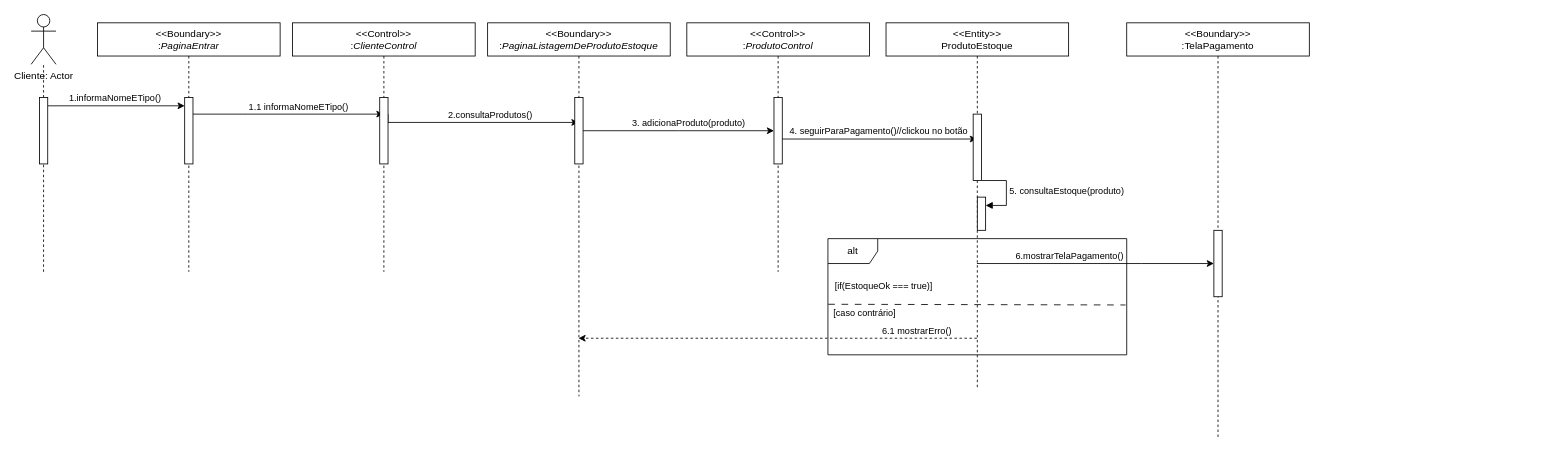
Before: DiagramaDeSequencia.drawio in rxqvx/Projeto-Sistemas-Distribu-dos---Vendas-, a draw.io diagram. Source tidied: cells renumbered, new cells numbered last; positions are measured from the earlier drawing's top-left corner, leaving out a move shared by most shapes. Both pictures are drawn from the tidied source at 83%, with x=0, y=0 at pixel (31, 14).
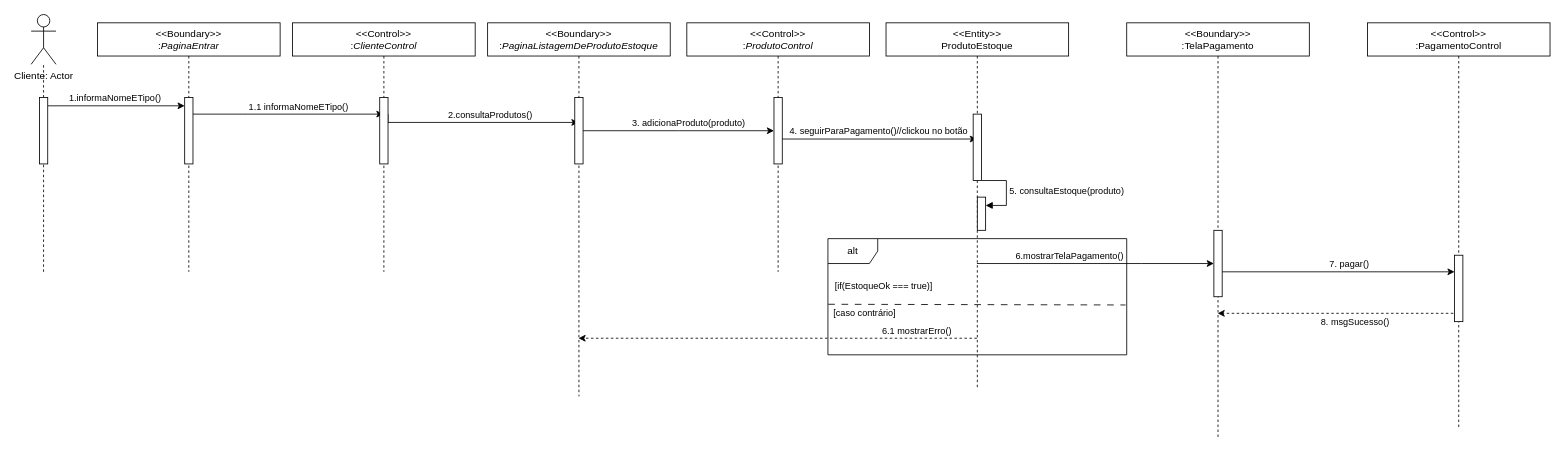
Above is the later version.

Commit message (it also covers changes not shown here):
feat: add refs to anotations and add sequence diagram with Realizar Compra use case (missing VisualizarExtrato)

The change refers to these unchanged cells:
```xml
<mxCell id="36" value="&amp;lt;&amp;lt;Boundary&amp;gt;&amp;gt;&lt;div&gt;:TelaPagamento&lt;/div&gt;" style="shape=umlLifeline;perimeter=lifelinePerimeter;whiteSpace=wrap;html=1;outlineConnect=0;portConstraint=eastwest;newEdgeStyle={&quot;edgeStyle&quot;:&quot;elbowEdgeStyle&quot;,&quot;elbow&quot;:&quot;vertical&quot;,&quot;curved&quot;:0,&quot;rounded&quot;:0};" parent="1" vertex="1">
  <mxGeometry x="1320" y="10" width="220" height="500" as="geometry" />
</mxCell>
<mxCell id="37" style="html=1;points=[];perimeter=orthogonalPerimeter;outlineConnect=0;targetShapes=umlLifeline;portConstraint=eastwest;newEdgeStyle={&quot;edgeStyle&quot;:&quot;elbowEdgeStyle&quot;,&quot;elbow&quot;:&quot;vertical&quot;,&quot;curved&quot;:0,&quot;rounded&quot;:0};" parent="36" vertex="1">
  <mxGeometry x="105" y="250" width="10" height="80" as="geometry" />
</mxCell>
```

Change to the diagram source:
```diff
@@
+    <mxCell id="38" style="edgeStyle=elbowEdgeStyle;rounded=0;jettySize=auto;html=1;elbow=vertical;curved=0;dashed=1;" parent="1" edge="1" source="40" target="36">
+      <mxGeometry relative="1" as="geometry">
+        <Array as="points">
+          <mxPoint x="1570" y="360" />
+        </Array>
+      </mxGeometry>
+    </mxCell>
+    <mxCell id="39" value="8. msgSucesso()" style="edgeLabel;html=1;align=center;verticalAlign=middle;" parent="38" vertex="1">
+      <mxGeometry x="-0.14" y="-2" relative="1" as="geometry">
+        <mxPoint y="12" as="offset" />
+      </mxGeometry>
+    </mxCell>
+    <mxCell id="40" value="&amp;lt;&amp;lt;Control&amp;gt;&amp;gt;&lt;div&gt;:PagamentoControl&lt;/div&gt;" style="shape=umlLifeline;perimeter=lifelinePerimeter;whiteSpace=wrap;html=1;outlineConnect=0;portConstraint=eastwest;newEdgeStyle={&quot;edgeStyle&quot;:&quot;elbowEdgeStyle&quot;,&quot;elbow&quot;:&quot;vertical&quot;,&quot;curved&quot;:0,&quot;rounded&quot;:0};" parent="1" vertex="1">
+      <mxGeometry x="1610" y="10" width="220" height="490" as="geometry" />
+    </mxCell>
+    <mxCell id="41" style="html=1;points=[];perimeter=orthogonalPerimeter;outlineConnect=0;targetShapes=umlLifeline;portConstraint=eastwest;newEdgeStyle={&quot;edgeStyle&quot;:&quot;elbowEdgeStyle&quot;,&quot;elbow&quot;:&quot;vertical&quot;,&quot;curved&quot;:0,&quot;rounded&quot;:0};" parent="40" vertex="1">
+      <mxGeometry x="105" y="280" width="10" height="80" as="geometry" />
+    </mxCell>
+    <mxCell id="42" style="edgeStyle=elbowEdgeStyle;rounded=0;jettySize=auto;html=1;elbow=vertical;curved=0;" parent="1" edge="1" source="37" target="41">
+      <mxGeometry relative="1" as="geometry">
+        <Array as="points">
+          <mxPoint x="1580" y="310" />
+        </Array>
+      </mxGeometry>
+    </mxCell>
+    <mxCell id="43" value="7. pagar()" style="edgeLabel;html=1;align=center;verticalAlign=middle;" parent="42" vertex="1">
+      <mxGeometry x="0.13" y="3" relative="1" as="geometry">
+        <mxPoint x="-6" y="-7" as="offset" />
+      </mxGeometry>
+    </mxCell>
```
